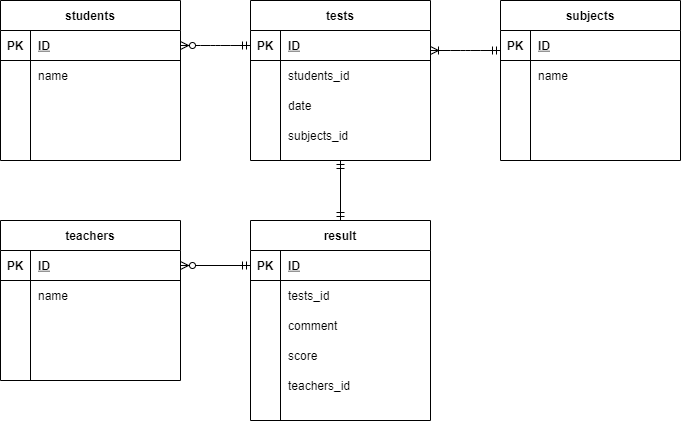
This is index.drawio.png from hisad/coachtech_DB, a draw.io export, as it was before one commit. Source tidied: cells renumbered, new cells last; positions are measured from the earlier drawing's top-left corner, leaving out a move shared by most shapes.
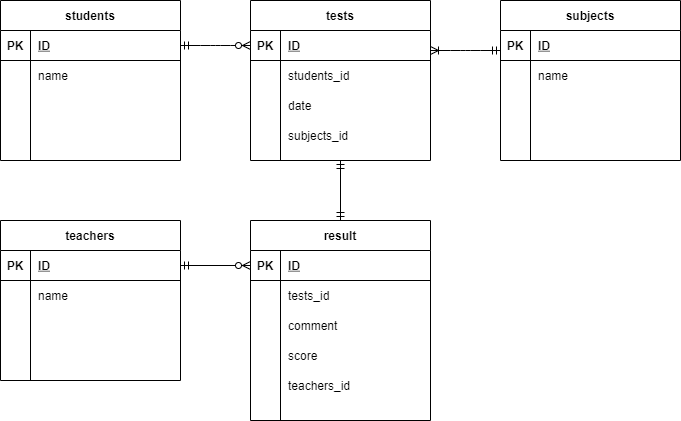
Later version of the same file.

The edit, as a diff of the source:
```diff
@@ -119,7 +119,7 @@
     <mxCell id="40" value="subjects_id" style="shape=partialRectangle;fillColor=none;top=0;left=0;bottom=0;right=0;align=left;spacingLeft=6;overflow=hidden;" parent="38" vertex="1">
       <mxGeometry x="30" width="150" height="30" as="geometry" />
     </mxCell>
-    <mxCell id="41" style="edgeStyle=entityRelationEdgeStyle;fontSize=12;html=1;endArrow=ERmandOne;exitX=1;exitY=0.5;exitDx=0;exitDy=0;entryX=0;entryY=0.5;entryDx=0;entryDy=0;endFill=0;startArrow=ERzeroToMany;startFill=1;" parent="1" edge="1" source="3" target="29">
+    <mxCell id="41" style="edgeStyle=entityRelationEdgeStyle;fontSize=12;html=1;endArrow=ERzeroToMany;exitX=1;exitY=0.5;exitDx=0;exitDy=0;entryX=0;entryY=0.5;entryDx=0;entryDy=0;endFill=1;startArrow=ERmandOne;startFill=0;" parent="1" edge="1" source="3" target="29">
       <mxGeometry relative="1" as="geometry" />
     </mxCell>
     <mxCell id="42" value="result" style="shape=table;startSize=30;rowLines=0;fontStyle=1;align=center;" parent="1" vertex="1">
@@ -161,7 +161,7 @@
     <mxCell id="54" value="score" style="shape=partialRectangle;fillColor=none;top=0;left=0;bottom=0;right=0;align=left;spacingLeft=6;overflow=hidden;" parent="52" vertex="1">
       <mxGeometry x="30" width="150" height="30" as="geometry" />
     </mxCell>
-    <mxCell id="55" style="fontSize=12;html=1;endArrow=ERmandOne;exitX=1;exitY=0.5;exitDx=0;exitDy=0;entryX=0;entryY=0.5;entryDx=0;entryDy=0;endFill=0;startArrow=ERzeroToMany;startFill=1;" parent="1" edge="1" source="16" target="43">
+    <mxCell id="55" style="fontSize=12;html=1;endArrow=ERzeroToMany;exitX=1;exitY=0.5;exitDx=0;exitDy=0;entryX=0;entryY=0.5;entryDx=0;entryDy=0;endFill=1;startArrow=ERmandOne;startFill=0;" parent="1" edge="1" source="16" target="43">
       <mxGeometry relative="1" as="geometry" />
     </mxCell>
     <mxCell id="56" value="subjects" style="shape=table;startSize=30;rowLines=0;fontStyle=1;align=center;" parent="1" vertex="1">
```
